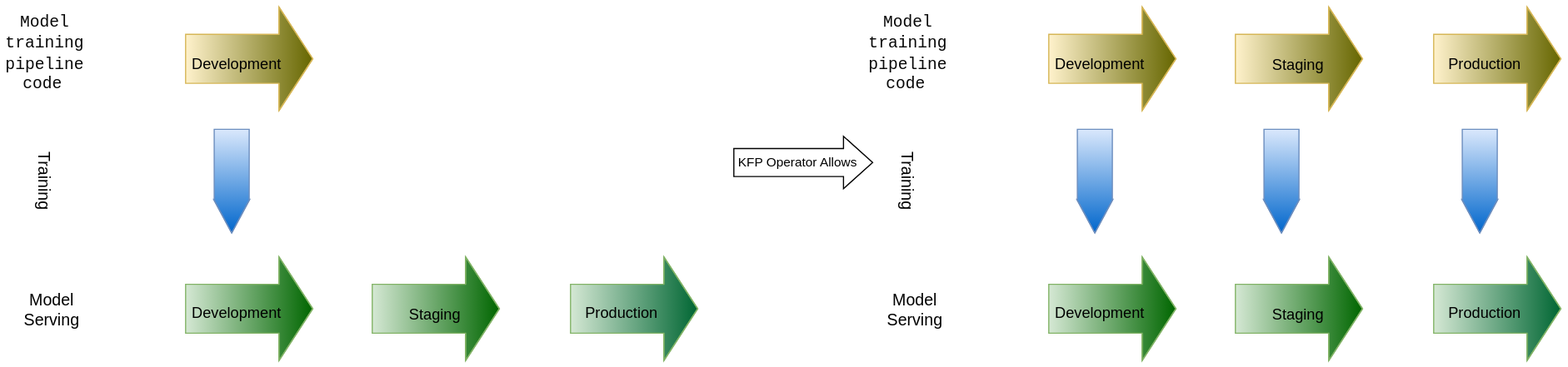
Earlier version of the draw.io export docs/master/images/cd-ct.svg (sky-uk/kfp-operator). Source tidied: cells renumbered, new cells last; positions are measured from the earlier drawing's top-left corner, leaving out a move shared by most shapes.
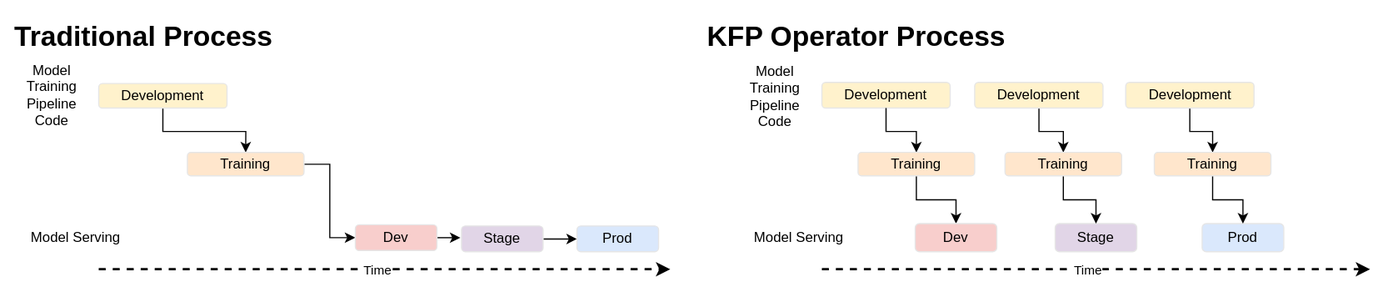
The same diagram one commit later.

What changed in the source:
```diff
@@ -2,188 +2,113 @@
   <root>
     <mxCell id="0" />
     <mxCell id="1" parent="0" />
-    <mxCell id="2" style="shape=flexArrow;endArrow=classic;html=1;rounded=0;endWidth=46;endSize=9.33;width=42;fillColor=#fff2cc;strokeColor=#d6b656;fillStyle=auto;gradientColor=#666600;gradientDirection=east;" parent="1" edge="1">
-      <mxGeometry relative="1" as="geometry">
-        <mxPoint x="890" y="20" as="sourcePoint" />
-        <mxPoint x="1000" y="20" as="targetPoint" />
-        <Array as="points">
-          <mxPoint x="910" y="20" />
-        </Array>
-      </mxGeometry>
-    </mxCell>
-    <mxCell id="3" value="Development" style="edgeLabel;html=1;align=center;verticalAlign=middle;labelBackgroundColor=none;fontSize=13;" parent="2" vertex="1">
-      <mxGeometry x="-0.22" y="-3" relative="1" as="geometry" />
-    </mxCell>
-    <mxCell id="4" style="shape=flexArrow;endArrow=classic;html=1;rounded=0;endWidth=46;endSize=9.33;width=42;fillStyle=auto;strokeColor=#d6b656;align=center;verticalAlign=middle;fontFamily=Helvetica;fontSize=11;fontColor=default;labelBackgroundColor=default;fillColor=#fff2cc;gradientColor=#666600;gradientDirection=east;" parent="1" edge="1">
-      <mxGeometry relative="1" as="geometry">
-        <mxPoint x="1050" y="20" as="sourcePoint" />
-        <mxPoint x="1160" y="20" as="targetPoint" />
-        <Array as="points">
-          <mxPoint x="1070" y="20" />
-        </Array>
-      </mxGeometry>
-    </mxCell>
-    <mxCell id="5" value="Staging" style="edgeLabel;html=1;align=center;verticalAlign=middle;fontSize=13;labelBackgroundColor=none;" parent="4" vertex="1">
-      <mxGeometry x="-0.04" y="-4" relative="1" as="geometry" />
-    </mxCell>
-    <mxCell id="6" style="shape=flexArrow;endArrow=classic;html=1;rounded=0;endWidth=46;endSize=9.33;width=42;fillStyle=auto;strokeColor=#d6b656;align=center;verticalAlign=middle;fontFamily=Helvetica;fontSize=11;fontColor=default;labelBackgroundColor=default;fillColor=#fff2cc;gradientColor=#666600;gradientDirection=east;" parent="1" edge="1">
-      <mxGeometry relative="1" as="geometry">
-        <mxPoint x="1220" y="20" as="sourcePoint" />
-        <mxPoint x="1330" y="20" as="targetPoint" />
-        <Array as="points">
-          <mxPoint x="1240" y="20" />
-        </Array>
-      </mxGeometry>
-    </mxCell>
-    <mxCell id="7" value="Production" style="edgeLabel;html=1;align=center;verticalAlign=middle;rounded=0;fillStyle=auto;strokeColor=#d6b656;fontFamily=Helvetica;fontSize=13;fontColor=default;labelBackgroundColor=none;fillColor=#fff2cc;gradientColor=#666600;" parent="6" vertex="1">
-      <mxGeometry x="-0.22" y="-3" relative="1" as="geometry" />
-    </mxCell>
-    <mxCell id="8" value="&lt;span style=&quot;font-family: &amp;quot;JetBrains Mono&amp;quot;, monospace; font-size: 14px; background-color: rgb(255, 255, 255); color: rgb(8, 8, 8);&quot;&gt;Model training pipeline code&lt;/span&gt;&amp;nbsp;" style="text;html=1;align=center;verticalAlign=middle;whiteSpace=wrap;rounded=0;fontSize=14;" parent="1" vertex="1">
-      <mxGeometry x="740" width="60" height="30" as="geometry" />
-    </mxCell>
-    <mxCell id="9" value="Training" style="text;html=1;align=center;verticalAlign=middle;whiteSpace=wrap;rounded=0;rotation=90;fontSize=14;" parent="1" vertex="1">
-      <mxGeometry x="740" y="110" width="60" height="30" as="geometry" />
-    </mxCell>
-    <mxCell id="10" value="Model Serving" style="text;html=1;align=center;verticalAlign=middle;whiteSpace=wrap;rounded=0;fontSize=14;" parent="1" vertex="1">
-      <mxGeometry x="746" y="220" width="60" height="30" as="geometry" />
-    </mxCell>
-    <mxCell id="11" style="shape=flexArrow;endArrow=classic;html=1;rounded=0;endWidth=46;endSize=9.33;width=42;fillColor=#d5e8d4;strokeColor=#82b366;fillStyle=auto;gradientColor=#006600;gradientDirection=east;" parent="1" edge="1">
-      <mxGeometry relative="1" as="geometry">
-        <mxPoint x="890" y="234.5" as="sourcePoint" />
-        <mxPoint x="1000" y="234.5" as="targetPoint" />
-        <Array as="points">
-          <mxPoint x="910" y="234.5" />
-        </Array>
-      </mxGeometry>
-    </mxCell>
-    <mxCell id="12" value="Development" style="edgeLabel;html=1;align=center;verticalAlign=middle;labelBackgroundColor=none;fontSize=13;" parent="11" vertex="1">
-      <mxGeometry x="-0.22" y="-3" relative="1" as="geometry" />
-    </mxCell>
-    <mxCell id="13" style="shape=flexArrow;endArrow=classic;html=1;rounded=0;endWidth=46;endSize=9.33;width=42;fillStyle=auto;strokeColor=#82b366;align=center;verticalAlign=middle;fontFamily=Helvetica;fontSize=11;fontColor=default;labelBackgroundColor=default;fillColor=#d5e8d4;gradientColor=#006600;gradientDirection=east;" parent="1" edge="1">
-      <mxGeometry relative="1" as="geometry">
-        <mxPoint x="1050" y="234.5" as="sourcePoint" />
-        <mxPoint x="1160" y="234.5" as="targetPoint" />
-        <Array as="points">
-          <mxPoint x="1070" y="234.5" />
-        </Array>
-      </mxGeometry>
-    </mxCell>
-    <mxCell id="14" value="Staging" style="edgeLabel;html=1;align=center;verticalAlign=middle;fontSize=13;labelBackgroundColor=none;" parent="13" vertex="1">
-      <mxGeometry x="-0.04" y="-4" relative="1" as="geometry" />
-    </mxCell>
-    <mxCell id="15" style="shape=flexArrow;endArrow=classic;html=1;rounded=0;endWidth=46;endSize=9.33;width=42;fillStyle=auto;strokeColor=#82b366;align=center;verticalAlign=middle;fontFamily=Helvetica;fontSize=11;fontColor=default;labelBackgroundColor=default;fillColor=#d5e8d4;gradientColor=#006633;gradientDirection=east;" parent="1" edge="1">
-      <mxGeometry relative="1" as="geometry">
-        <mxPoint x="1220" y="234.5" as="sourcePoint" />
-        <mxPoint x="1330" y="234.5" as="targetPoint" />
-        <Array as="points">
-          <mxPoint x="1240" y="234.5" />
-        </Array>
-      </mxGeometry>
-    </mxCell>
-    <mxCell id="16" value="Production" style="edgeLabel;html=1;align=center;verticalAlign=middle;rounded=0;fillStyle=auto;strokeColor=#d6b656;fontFamily=Helvetica;fontSize=13;fontColor=default;labelBackgroundColor=none;fillColor=#fff2cc;gradientColor=#666600;" parent="15" vertex="1">
-      <mxGeometry x="-0.22" y="-3" relative="1" as="geometry" />
-    </mxCell>
-    <mxCell id="17" style="shape=flexArrow;endArrow=classic;html=1;rounded=0;width=30;endSize=9.33;endWidth=0;fillColor=#dae8fc;strokeColor=#6c8ebf;gradientColor=#0066CC;" parent="1" edge="1">
-      <mxGeometry relative="1" as="geometry">
-        <mxPoint x="930" y="80" as="sourcePoint" />
-        <mxPoint x="930" y="170" as="targetPoint" />
-        <Array as="points">
-          <mxPoint x="930" y="100" />
-        </Array>
-      </mxGeometry>
-    </mxCell>
-    <mxCell id="18" style="shape=flexArrow;endArrow=classic;html=1;rounded=0;width=30;endSize=9.33;endWidth=0;fillColor=#dae8fc;strokeColor=#6c8ebf;gradientColor=#0066CC;" parent="1" edge="1">
-      <mxGeometry relative="1" as="geometry">
-        <mxPoint x="1090" y="80" as="sourcePoint" />
-        <mxPoint x="1090" y="170" as="targetPoint" />
-        <Array as="points">
-          <mxPoint x="1090" y="100" />
-        </Array>
-      </mxGeometry>
-    </mxCell>
-    <mxCell id="19" style="shape=flexArrow;endArrow=classic;html=1;rounded=0;width=30;endSize=9.33;endWidth=0;fillColor=#dae8fc;strokeColor=#6c8ebf;gradientColor=#0066CC;" parent="1" edge="1">
-      <mxGeometry relative="1" as="geometry">
-        <mxPoint x="1260" y="80" as="sourcePoint" />
-        <mxPoint x="1260" y="170" as="targetPoint" />
-        <Array as="points">
-          <mxPoint x="1260" y="100" />
-        </Array>
-      </mxGeometry>
-    </mxCell>
-    <mxCell id="20" style="shape=flexArrow;endArrow=classic;html=1;rounded=0;endWidth=46;endSize=9.33;width=42;fillColor=#fff2cc;strokeColor=#d6b656;fillStyle=auto;gradientColor=#666600;gradientDirection=east;" parent="1" edge="1">
-      <mxGeometry relative="1" as="geometry">
-        <mxPoint x="150" y="20" as="sourcePoint" />
-        <mxPoint x="260" y="20" as="targetPoint" />
-        <Array as="points">
-          <mxPoint x="170" y="20" />
-        </Array>
-      </mxGeometry>
-    </mxCell>
-    <mxCell id="21" value="Development" style="edgeLabel;html=1;align=center;verticalAlign=middle;labelBackgroundColor=none;fontSize=13;" parent="20" vertex="1">
-      <mxGeometry x="-0.22" y="-3" relative="1" as="geometry" />
-    </mxCell>
-    <mxCell id="22" value="&lt;span style=&quot;font-family: &amp;quot;JetBrains Mono&amp;quot;, monospace; font-size: 14px; background-color: rgb(255, 255, 255); color: rgb(8, 8, 8);&quot;&gt;Model training pipeline code&lt;/span&gt;&amp;nbsp;" style="text;html=1;align=center;verticalAlign=middle;whiteSpace=wrap;rounded=0;fontSize=14;" parent="1" vertex="1">
-      <mxGeometry width="60" height="30" as="geometry" />
-    </mxCell>
-    <mxCell id="23" value="Training" style="text;html=1;align=center;verticalAlign=middle;whiteSpace=wrap;rounded=0;rotation=90;fontSize=14;" parent="1" vertex="1">
-      <mxGeometry y="110" width="60" height="30" as="geometry" />
-    </mxCell>
-    <mxCell id="24" value="Model Serving" style="text;html=1;align=center;verticalAlign=middle;whiteSpace=wrap;rounded=0;fontSize=14;" parent="1" vertex="1">
-      <mxGeometry x="6" y="220" width="60" height="30" as="geometry" />
-    </mxCell>
-    <mxCell id="25" style="shape=flexArrow;endArrow=classic;html=1;rounded=0;endWidth=46;endSize=9.33;width=42;fillColor=#d5e8d4;strokeColor=#82b366;fillStyle=auto;gradientColor=#006600;gradientDirection=east;" parent="1" edge="1">
-      <mxGeometry relative="1" as="geometry">
-        <mxPoint x="150" y="234.5" as="sourcePoint" />
-        <mxPoint x="260" y="234.5" as="targetPoint" />
-        <Array as="points">
-          <mxPoint x="170" y="234.5" />
-        </Array>
-      </mxGeometry>
-    </mxCell>
-    <mxCell id="26" value="Development" style="edgeLabel;html=1;align=center;verticalAlign=middle;labelBackgroundColor=none;fontSize=13;" parent="25" vertex="1">
-      <mxGeometry x="-0.22" y="-3" relative="1" as="geometry" />
-    </mxCell>
-    <mxCell id="27" style="shape=flexArrow;endArrow=classic;html=1;rounded=0;endWidth=46;endSize=9.33;width=42;fillStyle=auto;strokeColor=#82b366;align=center;verticalAlign=middle;fontFamily=Helvetica;fontSize=11;fontColor=default;labelBackgroundColor=default;fillColor=#d5e8d4;gradientColor=#006600;gradientDirection=east;" parent="1" edge="1">
-      <mxGeometry relative="1" as="geometry">
-        <mxPoint x="310" y="234.5" as="sourcePoint" />
-        <mxPoint x="420" y="234.5" as="targetPoint" />
-        <Array as="points">
-          <mxPoint x="330" y="234.5" />
-        </Array>
-      </mxGeometry>
-    </mxCell>
-    <mxCell id="28" value="Staging" style="edgeLabel;html=1;align=center;verticalAlign=middle;fontSize=13;labelBackgroundColor=none;" parent="27" vertex="1">
-      <mxGeometry x="-0.04" y="-4" relative="1" as="geometry" />
-    </mxCell>
-    <mxCell id="29" style="shape=flexArrow;endArrow=classic;html=1;rounded=0;endWidth=46;endSize=9.33;width=42;fillStyle=auto;strokeColor=#82b366;align=center;verticalAlign=middle;fontFamily=Helvetica;fontSize=11;fontColor=default;labelBackgroundColor=default;fillColor=#d5e8d4;gradientColor=#006633;gradientDirection=east;" parent="1" edge="1">
-      <mxGeometry relative="1" as="geometry">
-        <mxPoint x="480" y="234.5" as="sourcePoint" />
-        <mxPoint x="590" y="234.5" as="targetPoint" />
-        <Array as="points">
-          <mxPoint x="500" y="234.5" />
-        </Array>
-      </mxGeometry>
-    </mxCell>
-    <mxCell id="30" value="Production" style="edgeLabel;html=1;align=center;verticalAlign=middle;rounded=0;fillStyle=auto;strokeColor=#d6b656;fontFamily=Helvetica;fontSize=13;fontColor=default;labelBackgroundColor=none;fillColor=#fff2cc;gradientColor=#666600;" parent="29" vertex="1">
-      <mxGeometry x="-0.22" y="-3" relative="1" as="geometry" />
-    </mxCell>
-    <mxCell id="31" style="shape=flexArrow;endArrow=classic;html=1;rounded=0;width=30;endSize=9.33;endWidth=0;fillColor=#dae8fc;strokeColor=#6c8ebf;gradientColor=#0066CC;" parent="1" edge="1">
-      <mxGeometry relative="1" as="geometry">
-        <mxPoint x="190" y="80" as="sourcePoint" />
-        <mxPoint x="190" y="170" as="targetPoint" />
-        <Array as="points">
-          <mxPoint x="190" y="100" />
-        </Array>
-      </mxGeometry>
-    </mxCell>
-    <mxCell id="32" style="shape=flexArrow;endArrow=classic;html=1;rounded=0;width=24;endSize=8;" parent="1" edge="1">
-      <mxGeometry relative="1" as="geometry">
-        <mxPoint x="620" y="109" as="sourcePoint" />
-        <mxPoint x="740" y="109" as="targetPoint" />
-      </mxGeometry>
-    </mxCell>
-    <mxCell id="33" value="KFP Operator Allows" style="edgeLabel;html=1;align=center;verticalAlign=middle;spacingLeft=36;" parent="32" vertex="1">
-      <mxGeometry x="-0.4" y="1" relative="1" as="geometry" />
-    </mxCell>
+    <mxCell id="34" value="Model Training Pipeline Code" style="text;html=1;align=center;verticalAlign=middle;whiteSpace=wrap;rounded=0;" parent="1" vertex="1">
+      <mxGeometry x="830" y="-1264" width="60" height="30" as="geometry" />
+    </mxCell>
+    <mxCell id="35" value="Model Serving" style="text;html=1;align=center;verticalAlign=middle;strokeColor=none;fillColor=none;" parent="1" vertex="1">
+      <mxGeometry x="830" y="-1142" width="100" height="30" as="geometry" />
+    </mxCell>
+    <mxCell id="36" style="edgeStyle=orthogonalEdgeStyle;rounded=0;jettySize=auto;html=1;entryX=0.5;entryY=0;entryDx=0;entryDy=0;" parent="1" edge="1" source="37" target="39">
+      <mxGeometry relative="1" as="geometry" />
+    </mxCell>
+    <mxCell id="37" value="Development" style="rounded=1;whiteSpace=wrap;html=1;fillColor=#FFF2CC;strokeColor=#E6E6E6;" parent="1" vertex="1">
+      <mxGeometry x="900" y="-1259" width="110" height="21" as="geometry" />
+    </mxCell>
+    <mxCell id="38" style="edgeStyle=orthogonalEdgeStyle;rounded=0;jettySize=auto;html=1;entryX=0;entryY=0.5;entryDx=0;entryDy=0;" parent="1" edge="1" source="39" target="41">
+      <mxGeometry relative="1" as="geometry" />
+    </mxCell>
+    <mxCell id="39" value="Training" style="rounded=1;whiteSpace=wrap;html=1;fillColor=#FFE6CC;strokeColor=#E6E6E6;" parent="1" vertex="1">
+      <mxGeometry x="976" y="-1200" width="100" height="20" as="geometry" />
+    </mxCell>
+    <mxCell id="40" style="edgeStyle=orthogonalEdgeStyle;rounded=0;jettySize=auto;html=1;" parent="1" edge="1" source="41" target="43">
+      <mxGeometry relative="1" as="geometry" />
+    </mxCell>
+    <mxCell id="41" value="Dev" style="rounded=1;whiteSpace=wrap;html=1;fillColor=#f8cecc;strokeColor=#E6E6E6;" parent="1" vertex="1">
+      <mxGeometry x="1120" y="-1138.1" width="70" height="22" as="geometry" />
+    </mxCell>
+    <mxCell id="42" style="edgeStyle=orthogonalEdgeStyle;rounded=0;jettySize=auto;html=1;" parent="1" edge="1" source="43" target="44">
+      <mxGeometry relative="1" as="geometry" />
+    </mxCell>
+    <mxCell id="43" value="Stage" style="rounded=1;whiteSpace=wrap;html=1;fillColor=#e1d5e7;strokeColor=#E6E6E6;" parent="1" vertex="1">
+      <mxGeometry x="1211" y="-1137" width="70" height="22" as="geometry" />
+    </mxCell>
+    <mxCell id="44" value="Prod" style="rounded=1;whiteSpace=wrap;html=1;fillColor=#dae8fc;strokeColor=#E6E6E6;" parent="1" vertex="1">
+      <mxGeometry x="1310" y="-1137" width="70" height="22" as="geometry" />
+    </mxCell>
+    <mxCell id="45" style="endArrow=classic;startArrow=none;html=1;rounded=0;startFill=0;strokeWidth=2;dashed=1;" parent="1" edge="1">
+      <mxGeometry relative="1" as="geometry">
+        <mxPoint x="900" y="-1100" as="sourcePoint" />
+        <mxPoint x="1390" y="-1100" as="targetPoint" />
+      </mxGeometry>
+    </mxCell>
+    <mxCell id="46" value="Time" style="edgeLabel;html=1;align=center;verticalAlign=middle;" parent="45" vertex="1">
+      <mxGeometry x="-0.03" relative="1" as="geometry" />
+    </mxCell>
+    <mxCell id="47" value="Model Training Pipeline Code" style="text;html=1;align=center;verticalAlign=middle;whiteSpace=wrap;rounded=0;" parent="1" vertex="1">
+      <mxGeometry x="1450" y="-1263.5" width="60" height="30" as="geometry" />
+    </mxCell>
+    <mxCell id="48" value="Model Serving" style="text;html=1;align=center;verticalAlign=middle;strokeColor=none;fillColor=none;" parent="1" vertex="1">
+      <mxGeometry x="1450" y="-1142" width="100" height="30" as="geometry" />
+    </mxCell>
+    <mxCell id="49" style="edgeStyle=orthogonalEdgeStyle;rounded=0;jettySize=auto;html=1;" parent="1" edge="1" source="65" target="51">
+      <mxGeometry relative="1" as="geometry" />
+    </mxCell>
+    <mxCell id="50" value="Development" style="rounded=1;whiteSpace=wrap;html=1;fillColor=#FFF2CC;strokeColor=#E6E6E6;" parent="1" vertex="1">
+      <mxGeometry x="1520" y="-1260" width="110" height="22.1" as="geometry" />
+    </mxCell>
+    <mxCell id="51" value="Dev" style="rounded=1;whiteSpace=wrap;html=1;fillColor=#f8cecc;strokeColor=#E6E6E6;" parent="1" vertex="1">
+      <mxGeometry x="1600" y="-1139.1" width="70" height="24.1" as="geometry" />
+    </mxCell>
+    <mxCell id="52" value="Stage" style="rounded=1;whiteSpace=wrap;html=1;fillColor=#e1d5e7;strokeColor=#E6E6E6;" parent="1" vertex="1">
+      <mxGeometry x="1720" y="-1139.1" width="70" height="24.1" as="geometry" />
+    </mxCell>
+    <mxCell id="53" value="Prod" style="rounded=1;whiteSpace=wrap;html=1;fillColor=#dae8fc;strokeColor=#E6E6E6;" parent="1" vertex="1">
+      <mxGeometry x="1846" y="-1139.1" width="70" height="24.1" as="geometry" />
+    </mxCell>
+    <mxCell id="54" style="endArrow=classic;startArrow=none;html=1;rounded=0;startFill=0;strokeWidth=2;dashed=1;" parent="1" edge="1">
+      <mxGeometry relative="1" as="geometry">
+        <mxPoint x="1520" y="-1100" as="sourcePoint" />
+        <mxPoint x="1990" y="-1100" as="targetPoint" />
+      </mxGeometry>
+    </mxCell>
+    <mxCell id="55" value="Time" style="edgeLabel;html=1;align=center;verticalAlign=middle;" parent="54" vertex="1">
+      <mxGeometry x="-0.03" relative="1" as="geometry" />
+    </mxCell>
+    <mxCell id="56" style="edgeStyle=orthogonalEdgeStyle;rounded=0;jettySize=auto;html=1;entryX=0.5;entryY=0;entryDx=0;entryDy=0;" parent="1" edge="1" source="57" target="59">
+      <mxGeometry relative="1" as="geometry" />
+    </mxCell>
+    <mxCell id="57" value="Development" style="rounded=1;whiteSpace=wrap;html=1;fillColor=#FFF2CC;strokeColor=#E6E6E6;" parent="1" vertex="1">
+      <mxGeometry x="1651" y="-1260" width="110" height="22.1" as="geometry" />
+    </mxCell>
+    <mxCell id="58" style="edgeStyle=orthogonalEdgeStyle;rounded=0;jettySize=auto;html=1;" parent="1" edge="1" source="59" target="52">
+      <mxGeometry relative="1" as="geometry" />
+    </mxCell>
+    <mxCell id="59" value="Training" style="rounded=1;whiteSpace=wrap;html=1;fillColor=#FFE6CC;strokeColor=#E6E6E6;" parent="1" vertex="1">
+      <mxGeometry x="1677" y="-1200" width="100" height="20" as="geometry" />
+    </mxCell>
+    <mxCell id="60" style="edgeStyle=orthogonalEdgeStyle;rounded=0;jettySize=auto;html=1;" parent="1" edge="1" source="61" target="63">
+      <mxGeometry relative="1" as="geometry" />
+    </mxCell>
+    <mxCell id="61" value="Development" style="rounded=1;whiteSpace=wrap;html=1;fillColor=#FFF2CC;strokeColor=#E6E6E6;" parent="1" vertex="1">
+      <mxGeometry x="1780.5" y="-1260" width="110" height="22.1" as="geometry" />
+    </mxCell>
+    <mxCell id="62" style="edgeStyle=orthogonalEdgeStyle;rounded=0;jettySize=auto;html=1;" parent="1" edge="1" source="63" target="53">
+      <mxGeometry relative="1" as="geometry" />
+    </mxCell>
+    <mxCell id="63" value="Training" style="rounded=1;whiteSpace=wrap;html=1;fillColor=#FFE6CC;strokeColor=#E6E6E6;" parent="1" vertex="1">
+      <mxGeometry x="1805" y="-1200" width="100" height="20" as="geometry" />
+    </mxCell>
+    <mxCell id="64" style="edgeStyle=orthogonalEdgeStyle;rounded=0;jettySize=auto;html=1;" parent="1" edge="1" source="50" target="65">
+      <mxGeometry relative="1" as="geometry" />
+    </mxCell>
+    <mxCell id="65" value="Training" style="rounded=1;whiteSpace=wrap;html=1;fillColor=#FFE6CC;strokeColor=#E6E6E6;" parent="1" vertex="1">
+      <mxGeometry x="1551" y="-1200" width="100" height="20" as="geometry" />
+    </mxCell>
+    <mxCell id="66" value="&lt;h1 style=&quot;margin-top: 0px;&quot;&gt;Traditional Process&lt;/h1&gt;&lt;p&gt;&lt;br&gt;&lt;/p&gt;" style="text;html=1;whiteSpace=wrap;overflow=hidden;rounded=0;" parent="1" vertex="1">
+      <mxGeometry x="826" y="-1320" width="400" height="40" as="geometry" />
+    </mxCell>
+    <mxCell id="67" value="&lt;h1 style=&quot;margin-top: 0px;&quot;&gt;KFP Operator Process&lt;/h1&gt;" style="text;html=1;whiteSpace=wrap;overflow=hidden;rounded=0;" parent="1" vertex="1">
+      <mxGeometry x="1420" y="-1320" width="400" height="50" as="geometry" />
+    </mxCell>
   </root>
 </mxGraphModel>
```
